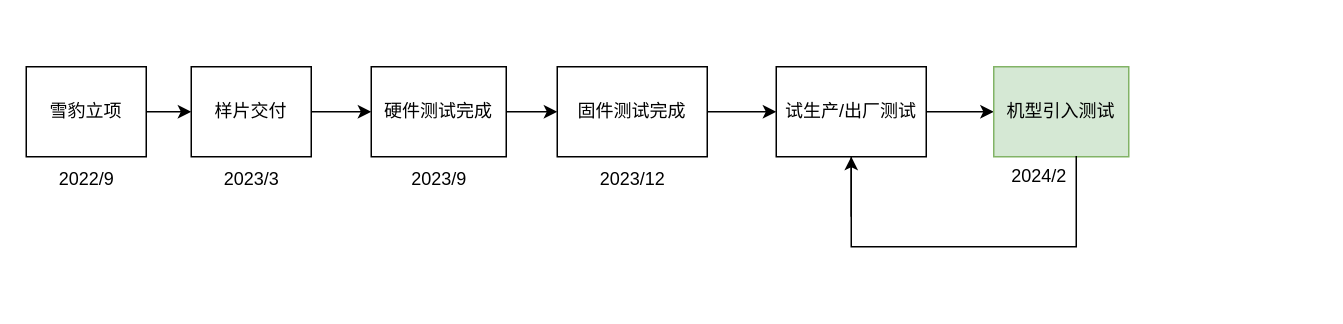
This is 未命名绘图.drawio from guiyaoer/learn-kvm, a draw.io file, before an edit. Source tidied: cells renumbered, new cells numbered last; positions are measured from the earlier drawing's top-left corner, leaving out a move shared by most shapes. Both pictures are drawn from the tidied source at 150%, with x=0, y=0 at pixel (26, 66).
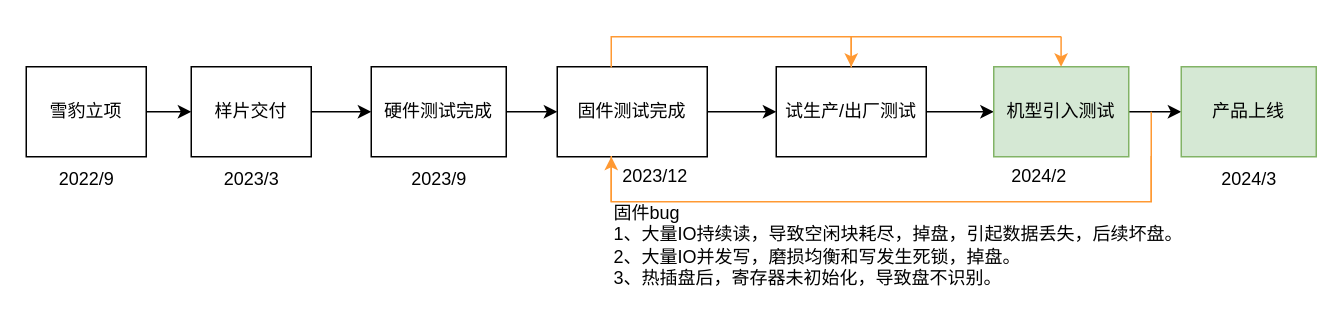
The same diagram, later.

Commit message (it also covers changes not shown here):
更新未命名绘图.drawio

Unchanged cells that the change refers to:
```xml
<mxCell id="12" value="机型引入测试" style="rounded=0;whiteSpace=wrap;html=1;fillColor=#d5e8d4;strokeColor=#82b366;" parent="1" vertex="1">
  <mxGeometry x="645" width="90" height="60" as="geometry" />
</mxCell>
```

What changed in the source:
```diff
@@
+    <mxCell id="20" style="edgeStyle=orthogonalEdgeStyle;rounded=0;jettySize=auto;html=1;" parent="1" edge="1" source="12" target="24">
+      <mxGeometry relative="1" as="geometry" />
+    </mxCell>
@@
     <mxCell id="16" value="2023/12" style="text;html=1;align=center;verticalAlign=middle;strokeColor=none;fillColor=none;" parent="1" vertex="1">
-      <mxGeometry x="369" y="60" width="70" height="30" as="geometry" />
+      <mxGeometry x="384" y="58" width="70" height="30" as="geometry" />
     </mxCell>
@@
-    <mxCell id="18" style="shape=partialRectangle;whiteSpace=wrap;html=1;bottom=1;right=1;left=1;top=0;fillColor=none;routingCenterX=-0.5;" parent="1" vertex="1">
-      <mxGeometry x="550" y="60" width="150" height="60" as="geometry" />
+    <mxCell id="18" style="shape=partialRectangle;whiteSpace=wrap;html=1;bottom=1;right=1;left=1;top=0;fillColor=none;routingCenterX=-0.5;strokeColor=#FF9933;" parent="1" vertex="1">
+      <mxGeometry x="390" y="60" width="360" height="30" as="geometry" />
     </mxCell>
-    <mxCell id="19" style="endArrow=classic;html=1;rounded=0;" parent="1" edge="1">
+    <mxCell id="19" style="endArrow=classic;html=1;rounded=0;strokeColor=#FF9933;" parent="1" edge="1">
       <mxGeometry relative="1" as="geometry">
-        <mxPoint x="550" y="100" as="sourcePoint" />
-        <mxPoint x="550" y="60" as="targetPoint" />
+        <mxPoint x="390" y="90" as="sourcePoint" />
+        <mxPoint x="390" y="60" as="targetPoint" />
       </mxGeometry>
     </mxCell>
+    <mxCell id="21" style="shape=partialRectangle;whiteSpace=wrap;html=1;bottom=1;right=1;left=1;top=0;fillColor=default;routingCenterX=-0.5;rotation=-180;fillStyle=dashed;strokeColor=#FF9933;" parent="1" vertex="1">
+      <mxGeometry x="390" y="-20" width="160" height="20" as="geometry" />
+    </mxCell>
+    <mxCell id="22" style="endArrow=classic;html=1;rounded=0;strokeColor=#FF9933;" parent="1" edge="1">
+      <mxGeometry relative="1" as="geometry">
+        <mxPoint x="550" y="-20" as="sourcePoint" />
+        <mxPoint x="550" as="targetPoint" />
+      </mxGeometry>
+    </mxCell>
+    <mxCell id="23" value="固件bug&lt;div&gt;1、大量IO持续读，导致空闲块耗尽，掉盘，引起数据丢失，后续坏盘。&lt;/div&gt;&lt;div&gt;2、大量IO并发写，磨损均衡和写发生死锁，掉盘。&lt;/div&gt;&lt;div&gt;3、热插盘后，寄存器未初始化，导致盘不识别。&lt;/div&gt;" style="text;html=1;align=left;verticalAlign=middle;strokeColor=none;fillColor=none;" parent="1" vertex="1">
+      <mxGeometry x="390" y="84" width="400" height="70" as="geometry" />
+    </mxCell>
+    <mxCell id="24" value="产品上线" style="rounded=0;whiteSpace=wrap;html=1;fillColor=#d5e8d4;strokeColor=#82b366;" parent="1" vertex="1">
+      <mxGeometry x="770" width="90" height="60" as="geometry" />
+    </mxCell>
+    <mxCell id="25" value="2024/3" style="text;html=1;align=center;verticalAlign=middle;strokeColor=none;fillColor=none;" parent="1" vertex="1">
+      <mxGeometry x="785" y="60" width="60" height="30" as="geometry" />
+    </mxCell>
+    <mxCell id="26" style="line;strokeWidth=1;direction=south;html=1;strokeColor=#FF9933;" parent="1" vertex="1">
+      <mxGeometry x="745" y="30" width="10" height="60" as="geometry" />
+    </mxCell>
+    <mxCell id="27" style="line;strokeWidth=1;direction=south;html=1;strokeColor=#FF9933;rotation=90;" parent="1" vertex="1">
+      <mxGeometry x="615" y="-90" width="10" height="140" as="geometry" />
+    </mxCell>
+    <mxCell id="28" style="endArrow=classic;html=1;rounded=0;strokeColor=#FF9933;" parent="1" edge="1">
+      <mxGeometry relative="1" as="geometry">
+        <mxPoint x="689.9" y="-20" as="sourcePoint" />
+        <mxPoint x="689.9" as="targetPoint" />
+      </mxGeometry>
+    </mxCell>
```
